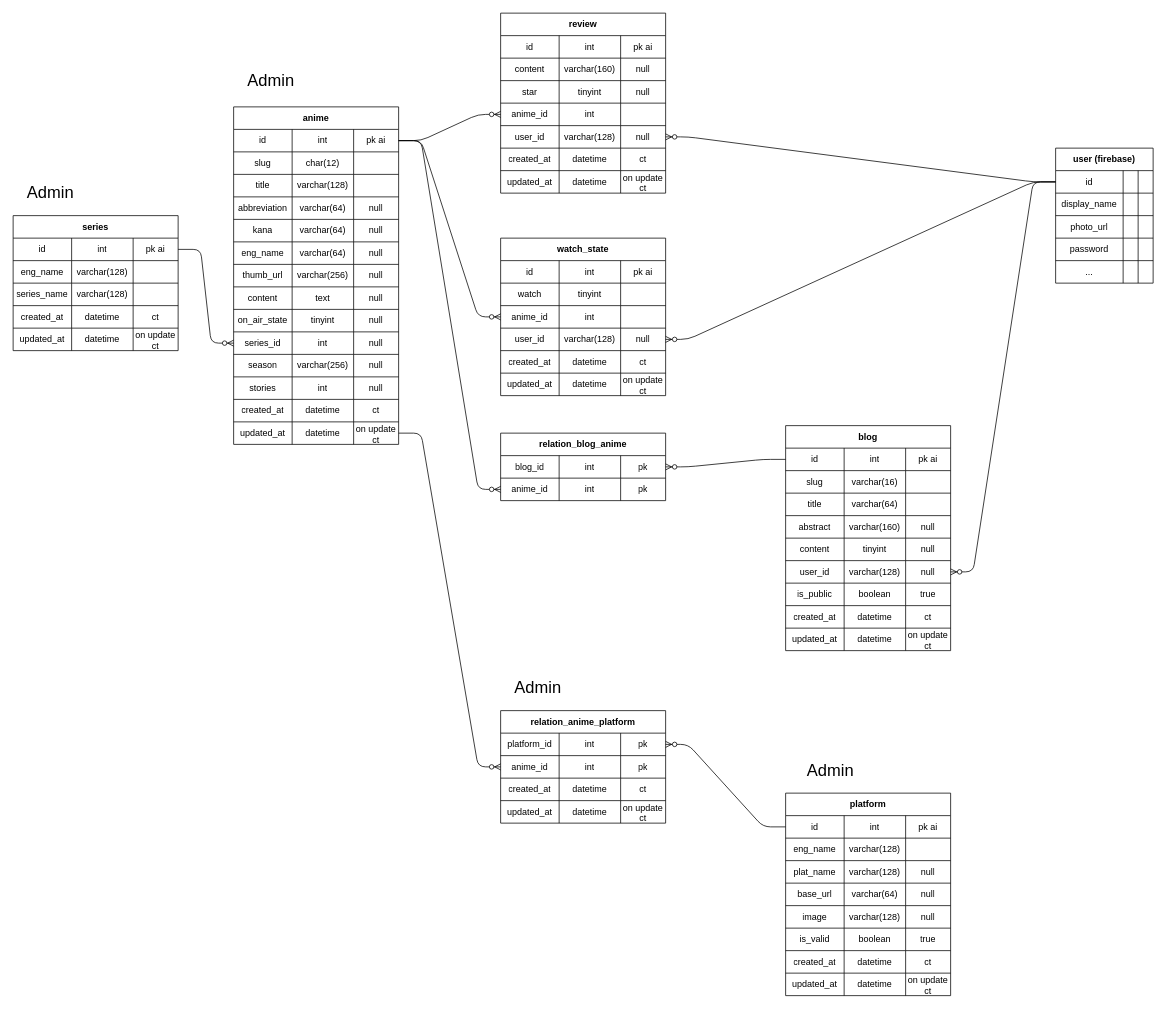
The draw.io diagram db.drawio in maru44/animar, before the edit. Source tidied: cells renumbered, new cells numbered last; positions are measured from the earlier drawing's top-left corner, leaving out a move shared by most shapes. Both pictures are drawn from the tidied source at 75%, with x=0, y=0 at pixel (13, 13).
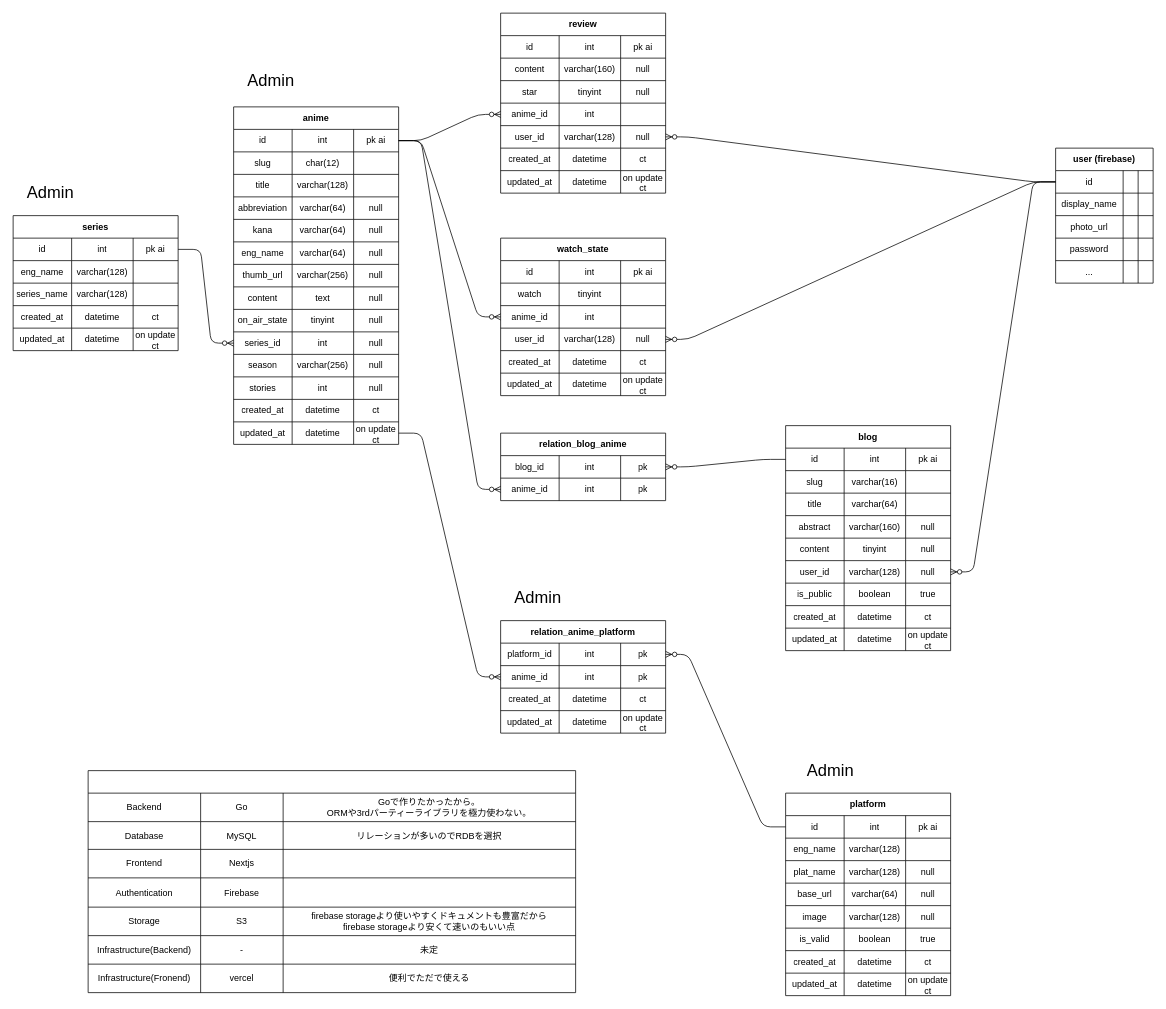
The same page after the edit.

The edit, as a diff of the source:
```diff
@@
     <mxCell id="193" value="relation_anime_platform" style="shape=table;html=1;whiteSpace=wrap;startSize=30;childLayout=tableLayout;fontStyle=1;align=center;" parent="1" vertex="1">
-      <mxGeometry x="650" y="930" width="220" height="150" as="geometry" />
+      <mxGeometry x="650" y="810" width="220" height="150" as="geometry" />
     </mxCell>
@@
     <mxCell id="262" value="&lt;font style=&quot;font-size: 22px&quot;&gt;Admin&lt;/font&gt;" style="text;html=1;strokeColor=none;fillColor=none;align=center;verticalAlign=middle;whiteSpace=wrap;rounded=0;" parent="1" vertex="1">
-      <mxGeometry x="650" y="890" width="100" height="20" as="geometry" />
+      <mxGeometry x="650" y="770" width="100" height="20" as="geometry" />
     </mxCell>
@@
+    <mxCell id="265" style="shape=table;html=1;whiteSpace=wrap;startSize=30;childLayout=tableLayout;fontStyle=1;align=center;" parent="1" vertex="1">
+      <mxGeometry x="100" y="1010" width="650" height="296" as="geometry" />
+    </mxCell>
+    <mxCell id="266" style="shape=partialRectangle;html=1;whiteSpace=wrap;fillColor=none;top=0;left=0;bottom=0;right=0;" parent="265" vertex="1">
+      <mxGeometry y="30" width="650" height="38" as="geometry" />
+    </mxCell>
+    <mxCell id="267" value="Backend" style="shape=partialRectangle;html=1;whiteSpace=wrap;fillColor=none;top=0;left=0;bottom=0;right=0;overflow=hidden;" parent="266" vertex="1">
+      <mxGeometry width="150" height="38" as="geometry" />
+    </mxCell>
+    <mxCell id="268" value="Go" style="shape=partialRectangle;html=1;whiteSpace=wrap;fillColor=none;top=0;left=0;bottom=0;right=0;overflow=hidden;" parent="266" vertex="1">
+      <mxGeometry x="150" width="110" height="38" as="geometry" />
+    </mxCell>
+    <mxCell id="269" value="Goで作りたかったから。&lt;br&gt;ORMや3rdパーティーライブラリを極力使わない。" style="shape=partialRectangle;html=1;whiteSpace=wrap;fillColor=none;top=0;left=0;bottom=0;right=0;overflow=hidden;" parent="266" vertex="1">
+      <mxGeometry x="260" width="390" height="38" as="geometry" />
+    </mxCell>
+    <mxCell id="270" style="shape=partialRectangle;html=1;whiteSpace=wrap;fillColor=none;top=0;left=0;bottom=0;right=0;" parent="265" vertex="1">
+      <mxGeometry y="68" width="650" height="37" as="geometry" />
+    </mxCell>
+    <mxCell id="271" value="Database" style="shape=partialRectangle;html=1;whiteSpace=wrap;fillColor=none;top=0;left=0;bottom=0;right=0;overflow=hidden;" parent="270" vertex="1">
+      <mxGeometry width="150" height="37" as="geometry" />
+    </mxCell>
+    <mxCell id="272" value="MySQL" style="shape=partialRectangle;html=1;whiteSpace=wrap;fillColor=none;top=0;left=0;bottom=0;right=0;overflow=hidden;" parent="270" vertex="1">
+      <mxGeometry x="150" width="110" height="37" as="geometry" />
+    </mxCell>
+    <mxCell id="273" value="リレーションが多いのでRDBを選択" style="shape=partialRectangle;html=1;whiteSpace=wrap;fillColor=none;top=0;left=0;bottom=0;right=0;overflow=hidden;" parent="270" vertex="1">
+      <mxGeometry x="260" width="390" height="37" as="geometry" />
+    </mxCell>
+    <mxCell id="274" style="shape=partialRectangle;html=1;whiteSpace=wrap;fillColor=none;top=0;left=0;bottom=0;right=0;" parent="265" vertex="1">
+      <mxGeometry y="105" width="650" height="38" as="geometry" />
+    </mxCell>
+    <mxCell id="275" value="Frontend" style="shape=partialRectangle;html=1;whiteSpace=wrap;fillColor=none;top=0;left=0;bottom=0;right=0;overflow=hidden;" parent="274" vertex="1">
+      <mxGeometry width="150" height="38" as="geometry" />
+    </mxCell>
+    <mxCell id="276" value="Nextjs" style="shape=partialRectangle;html=1;whiteSpace=wrap;fillColor=none;top=0;left=0;bottom=0;right=0;overflow=hidden;" parent="274" vertex="1">
+      <mxGeometry x="150" width="110" height="38" as="geometry" />
+    </mxCell>
+    <mxCell id="277" style="shape=partialRectangle;html=1;whiteSpace=wrap;fillColor=none;top=0;left=0;bottom=0;right=0;overflow=hidden;" parent="274" vertex="1">
+      <mxGeometry x="260" width="390" height="38" as="geometry" />
+    </mxCell>
+    <mxCell id="278" style="shape=partialRectangle;html=1;whiteSpace=wrap;fillColor=none;top=0;left=0;bottom=0;right=0;" parent="265" vertex="1">
+      <mxGeometry y="143" width="650" height="39" as="geometry" />
+    </mxCell>
+    <mxCell id="279" value="Authentication" style="shape=partialRectangle;html=1;whiteSpace=wrap;fillColor=none;top=0;left=0;bottom=0;right=0;overflow=hidden;" parent="278" vertex="1">
+      <mxGeometry width="150" height="39" as="geometry" />
+    </mxCell>
+    <mxCell id="280" value="Firebase" style="shape=partialRectangle;html=1;whiteSpace=wrap;fillColor=none;top=0;left=0;bottom=0;right=0;overflow=hidden;" parent="278" vertex="1">
+      <mxGeometry x="150" width="110" height="39" as="geometry" />
+    </mxCell>
+    <mxCell id="281" style="shape=partialRectangle;html=1;whiteSpace=wrap;fillColor=none;top=0;left=0;bottom=0;right=0;overflow=hidden;" parent="278" vertex="1">
+      <mxGeometry x="260" width="390" height="39" as="geometry" />
+    </mxCell>
+    <mxCell id="282" style="shape=partialRectangle;html=1;whiteSpace=wrap;fillColor=none;top=0;left=0;bottom=0;right=0;" parent="265" vertex="1">
+      <mxGeometry y="182" width="650" height="38" as="geometry" />
+    </mxCell>
+    <mxCell id="283" value="Storage" style="shape=partialRectangle;html=1;whiteSpace=wrap;fillColor=none;top=0;left=0;bottom=0;right=0;overflow=hidden;" parent="282" vertex="1">
+      <mxGeometry width="150" height="38" as="geometry" />
+    </mxCell>
+    <mxCell id="284" value="S3" style="shape=partialRectangle;html=1;whiteSpace=wrap;fillColor=none;top=0;left=0;bottom=0;right=0;overflow=hidden;" parent="282" vertex="1">
+      <mxGeometry x="150" width="110" height="38" as="geometry" />
+    </mxCell>
+    <mxCell id="285" value="firebase storageより使いやすくドキュメントも豊富だから&lt;br&gt;firebase storageより安くて速いのもいい点" style="shape=partialRectangle;html=1;whiteSpace=wrap;fillColor=none;top=0;left=0;bottom=0;right=0;overflow=hidden;" parent="282" vertex="1">
+      <mxGeometry x="260" width="390" height="38" as="geometry" />
+    </mxCell>
+    <mxCell id="286" style="shape=partialRectangle;html=1;whiteSpace=wrap;fillColor=none;top=0;left=0;bottom=0;right=0;" parent="265" vertex="1">
+      <mxGeometry y="220" width="650" height="38" as="geometry" />
+    </mxCell>
+    <mxCell id="287" value="Infrastructure(Backend)" style="shape=partialRectangle;html=1;whiteSpace=wrap;fillColor=none;top=0;left=0;bottom=0;right=0;overflow=hidden;" parent="286" vertex="1">
+      <mxGeometry width="150" height="38" as="geometry" />
+    </mxCell>
+    <mxCell id="288" value="-" style="shape=partialRectangle;html=1;whiteSpace=wrap;fillColor=none;top=0;left=0;bottom=0;right=0;overflow=hidden;" parent="286" vertex="1">
+      <mxGeometry x="150" width="110" height="38" as="geometry" />
+    </mxCell>
+    <mxCell id="289" value="未定" style="shape=partialRectangle;html=1;whiteSpace=wrap;fillColor=none;top=0;left=0;bottom=0;right=0;overflow=hidden;" parent="286" vertex="1">
+      <mxGeometry x="260" width="390" height="38" as="geometry" />
+    </mxCell>
+    <mxCell id="290" style="shape=partialRectangle;html=1;whiteSpace=wrap;fillColor=none;top=0;left=0;bottom=0;right=0;" parent="265" vertex="1">
+      <mxGeometry y="258" width="650" height="38" as="geometry" />
+    </mxCell>
+    <mxCell id="291" value="Infrastructure(Fronend)" style="shape=partialRectangle;html=1;whiteSpace=wrap;fillColor=none;top=0;left=0;bottom=0;right=0;overflow=hidden;" parent="290" vertex="1">
+      <mxGeometry width="150" height="38" as="geometry" />
+    </mxCell>
+    <mxCell id="292" value="vercel" style="shape=partialRectangle;html=1;whiteSpace=wrap;fillColor=none;top=0;left=0;bottom=0;right=0;overflow=hidden;" parent="290" vertex="1">
+      <mxGeometry x="150" width="110" height="38" as="geometry" />
+    </mxCell>
+    <mxCell id="293" value="便利でただで使える" style="shape=partialRectangle;html=1;whiteSpace=wrap;fillColor=none;top=0;left=0;bottom=0;right=0;overflow=hidden;" parent="290" vertex="1">
+      <mxGeometry x="260" width="390" height="38" as="geometry" />
+    </mxCell>
```
